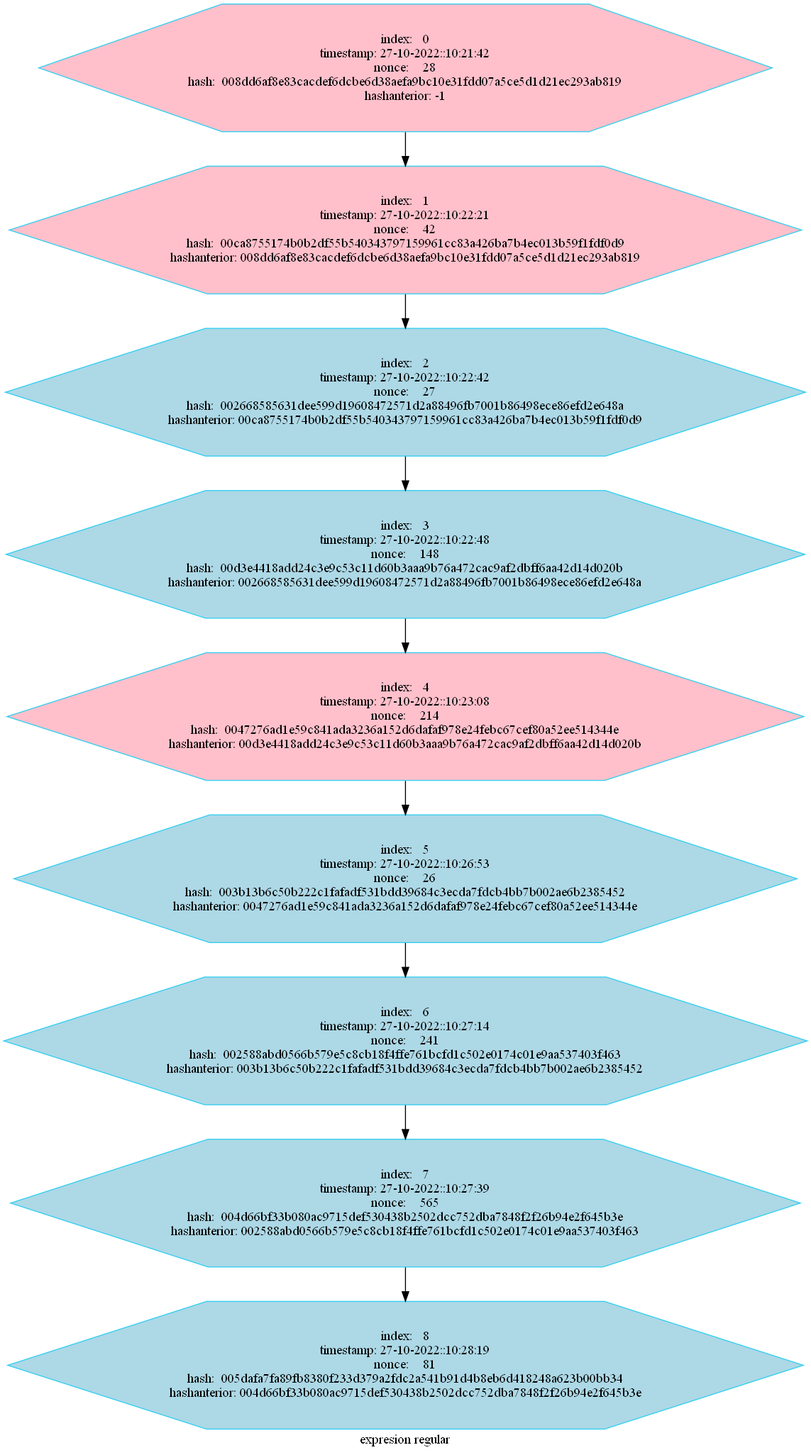
This is BLOCKCHAIN.png from betebetoven/EDDS2F2, a Graphviz export, as it was before one commit. Its source is kept beside it as BLOCKCHAIN.dot.
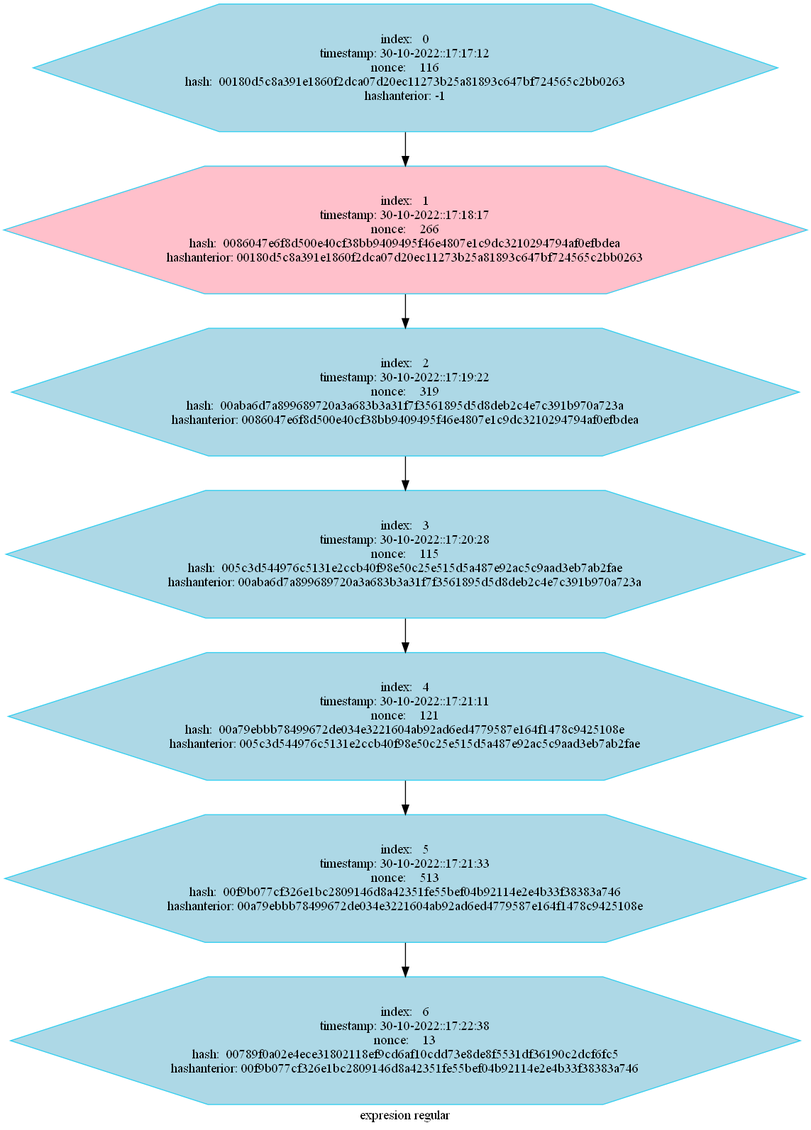
Later version of the same file.

Diff of the diagram source:
```diff
@@ -7,120 +7,92 @@
         node[color = "#31CEF0"]
 
 "index:   0
-timestamp: 27-10-2022::10:21:42
-nonce:    28
-hash:  008dd6af8e83cacdef6dcbe6d38aefa9bc10e31fdd07a5ce5d1d21ec293ab819
+timestamp: 30-10-2022::17:17:12
+nonce:    116
+hash:  00180d5c8a391e1860f2dca07d20ec11273b25a81893c647bf724565c2bb0263
 hashanterior: -1"->"index:   1
-timestamp: 27-10-2022::10:22:21
-nonce:    42
-hash:  00ca8755174b0b2df55b540343797159961cc83a426ba7b4ec013b59f1fdf0d9
-hashanterior: 008dd6af8e83cacdef6dcbe6d38aefa9bc10e31fdd07a5ce5d1d21ec293ab819"
+timestamp: 30-10-2022::17:18:17
+nonce:    266
+hash:  0086047e6f8d500e40cf38bb9409495f46e4807e1c9dc3210294794af0efbdea
+hashanterior: 00180d5c8a391e1860f2dca07d20ec11273b25a81893c647bf724565c2bb0263"
 "index:   1
-timestamp: 27-10-2022::10:22:21
-nonce:    42
-hash:  00ca8755174b0b2df55b540343797159961cc83a426ba7b4ec013b59f1fdf0d9
-hashanterior: 008dd6af8e83cacdef6dcbe6d38aefa9bc10e31fdd07a5ce5d1d21ec293ab819"->"index:   2
-timestamp: 27-10-2022::10:22:42
-nonce:    27
-hash:  002668585631dee599d19608472571d2a88496fb7001b86498ece86efd2e648a
-hashanterior: 00ca8755174b0b2df55b540343797159961cc83a426ba7b4ec013b59f1fdf0d9"
+timestamp: 30-10-2022::17:18:17
+nonce:    266
+hash:  0086047e6f8d500e40cf38bb9409495f46e4807e1c9dc3210294794af0efbdea
+hashanterior: 00180d5c8a391e1860f2dca07d20ec11273b25a81893c647bf724565c2bb0263"->"index:   2
+timestamp: 30-10-2022::17:19:22
+nonce:    319
+hash:  00aba6d7a899689720a3a683b3a31f7f3561895d5d8deb2c4e7c391b970a723a
+hashanterior: 0086047e6f8d500e40cf38bb9409495f46e4807e1c9dc3210294794af0efbdea"
 "index:   2
-timestamp: 27-10-2022::10:22:42
-nonce:    27
-hash:  002668585631dee599d19608472571d2a88496fb7001b86498ece86efd2e648a
-hashanterior: 00ca8755174b0b2df55b540343797159961cc83a426ba7b4ec013b59f1fdf0d9"->"index:   3
-timestamp: 27-10-2022::10:22:48
-nonce:    148
-hash:  00d3e4418add24c3e9c53c11d60b3aaa9b76a472cac9af2dbff6aa42d14d020b
-hashanterior: 002668585631dee599d19608472571d2a88496fb7001b86498ece86efd2e648a"
+timestamp: 30-10-2022::17:19:22
+nonce:    319
+hash:  00aba6d7a899689720a3a683b3a31f7f3561895d5d8deb2c4e7c391b970a723a
+hashanterior: 0086047e6f8d500e40cf38bb9409495f46e4807e1c9dc3210294794af0efbdea"->"index:   3
+timestamp: 30-10-2022::17:20:28
+nonce:    115
+hash:  005c3d544976c5131e2ccb40f98e50c25e515d5a487e92ac5c9aad3eb7ab2fae
+hashanterior: 00aba6d7a899689720a3a683b3a31f7f3561895d5d8deb2c4e7c391b970a723a"
 "index:   3
-timestamp: 27-10-2022::10:22:48
-nonce:    148
-hash:  00d3e4418add24c3e9c53c11d60b3aaa9b76a472cac9af2dbff6aa42d14d020b
-hashanterior: 002668585631dee599d19608472571d2a88496fb7001b86498ece86efd2e648a"->"index:   4
-timestamp: 27-10-2022::10:23:08
-nonce:    214
-hash:  0047276ad1e59c841ada3236a152d6dafaf978e24febc67cef80a52ee514344e
-hashanterior: 00d3e4418add24c3e9c53c11d60b3aaa9b76a472cac9af2dbff6aa42d14d020b"
+timestamp: 30-10-2022::17:20:28
+nonce:    115
+hash:  005c3d544976c5131e2ccb40f98e50c25e515d5a487e92ac5c9aad3eb7ab2fae
+hashanterior: 00aba6d7a899689720a3a683b3a31f7f3561895d5d8deb2c4e7c391b970a723a"->"index:   4
+timestamp: 30-10-2022::17:21:11
+nonce:    121
+hash:  00a79ebbb78499672de034e3221604ab92ad6ed4779587e164f1478c9425108e
+hashanterior: 005c3d544976c5131e2ccb40f98e50c25e515d5a487e92ac5c9aad3eb7ab2fae"
 "index:   4
-timestamp: 27-10-2022::10:23:08
-nonce:    214
-hash:  0047276ad1e59c841ada3236a152d6dafaf978e24febc67cef80a52ee514344e
-hashanterior: 00d3e4418add24c3e9c53c11d60b3aaa9b76a472cac9af2dbff6aa42d14d020b"->"index:   5
-timestamp: 27-10-2022::10:26:53
-nonce:    26
-hash:  003b13b6c50b222c1fafadf531bdd39684c3ecda7fdcb4bb7b002ae6b2385452
-hashanterior: 0047276ad1e59c841ada3236a152d6dafaf978e24febc67cef80a52ee514344e"
+timestamp: 30-10-2022::17:21:11
+nonce:    121
+hash:  00a79ebbb78499672de034e3221604ab92ad6ed4779587e164f1478c9425108e
+hashanterior: 005c3d544976c5131e2ccb40f98e50c25e515d5a487e92ac5c9aad3eb7ab2fae"->"index:   5
+timestamp: 30-10-2022::17:21:33
+nonce:    513
+hash:  00f9b077cf326e1bc2809146d8a42351fe55bef04b92114e2e4b33f38383a746
+hashanterior: 00a79ebbb78499672de034e3221604ab92ad6ed4779587e164f1478c9425108e"
 "index:   5
-timestamp: 27-10-2022::10:26:53
-nonce:    26
-hash:  003b13b6c50b222c1fafadf531bdd39684c3ecda7fdcb4bb7b002ae6b2385452
-hashanterior: 0047276ad1e59c841ada3236a152d6dafaf978e24febc67cef80a52ee514344e"->"index:   6
-timestamp: 27-10-2022::10:27:14
-nonce:    241
-hash:  002588abd0566b579e5c8cb18f4ffe761bcfd1c502e0174c01e9aa537403f463
-hashanterior: 003b13b6c50b222c1fafadf531bdd39684c3ecda7fdcb4bb7b002ae6b2385452"
+timestamp: 30-10-2022::17:21:33
+nonce:    513
+hash:  00f9b077cf326e1bc2809146d8a42351fe55bef04b92114e2e4b33f38383a746
+hashanterior: 00a79ebbb78499672de034e3221604ab92ad6ed4779587e164f1478c9425108e"->"index:   6
+timestamp: 30-10-2022::17:22:38
+nonce:    13
+hash:  00789f0a02e4ece31802118ef9cd6af10cdd73e8de8f5531df36190c2dcf6fc5
+hashanterior: 00f9b077cf326e1bc2809146d8a42351fe55bef04b92114e2e4b33f38383a746"
+"index:   0
+timestamp: 30-10-2022::17:17:12
+nonce:    116
+hash:  00180d5c8a391e1860f2dca07d20ec11273b25a81893c647bf724565c2bb0263
+hashanterior: -1"[fillcolor="lightblue"]
+"index:   1
+timestamp: 30-10-2022::17:18:17
+nonce:    266
+hash:  0086047e6f8d500e40cf38bb9409495f46e4807e1c9dc3210294794af0efbdea
+hashanterior: 00180d5c8a391e1860f2dca07d20ec11273b25a81893c647bf724565c2bb0263"[fillcolor="pink"]
+"index:   2
+timestamp: 30-10-2022::17:19:22
+nonce:    319
+hash:  00aba6d7a899689720a3a683b3a31f7f3561895d5d8deb2c4e7c391b970a723a
+hashanterior: 0086047e6f8d500e40cf38bb9409495f46e4807e1c9dc3210294794af0efbdea"[fillcolor="lightblue"]
+"index:   3
+timestamp: 30-10-2022::17:20:28
+nonce:    115
+hash:  005c3d544976c5131e2ccb40f98e50c25e515d5a487e92ac5c9aad3eb7ab2fae
+hashanterior: 00aba6d7a899689720a3a683b3a31f7f3561895d5d8deb2c4e7c391b970a723a"[fillcolor="lightblue"]
+"index:   4
+timestamp: 30-10-2022::17:21:11
+nonce:    121
+hash:  00a79ebbb78499672de034e3221604ab92ad6ed4779587e164f1478c9425108e
+hashanterior: 005c3d544976c5131e2ccb40f98e50c25e515d5a487e92ac5c9aad3eb7ab2fae"[fillcolor="lightblue"]
+"index:   5
+timestamp: 30-10-2022::17:21:33
+nonce:    513
+hash:  00f9b077cf326e1bc2809146d8a42351fe55bef04b92114e2e4b33f38383a746
+hashanterior: 00a79ebbb78499672de034e3221604ab92ad6ed4779587e164f1478c9425108e"[fillcolor="lightblue"]
 "index:   6
-timestamp: 27-10-2022::10:27:14
-nonce:    241
-hash:  002588abd0566b579e5c8cb18f4ffe761bcfd1c502e0174c01e9aa537403f463
-hashanterior: 003b13b6c50b222c1fafadf531bdd39684c3ecda7fdcb4bb7b002ae6b2385452"->"index:   7
-timestamp: 27-10-2022::10:27:39
-nonce:    565
-hash:  004d66bf33b080ac9715def530438b2502dcc752dba7848f2f26b94e2f645b3e
-hashanterior: 002588abd0566b579e5c8cb18f4ffe761bcfd1c502e0174c01e9aa537403f463"
-"index:   7
-timestamp: 27-10-2022::10:27:39
-nonce:    565
-hash:  004d66bf33b080ac9715def530438b2502dcc752dba7848f2f26b94e2f645b3e
-hashanterior: 002588abd0566b579e5c8cb18f4ffe761bcfd1c502e0174c01e9aa537403f463"->"index:   8
-timestamp: 27-10-2022::10:28:19
-nonce:    81
-hash:  005dafa7fa89fb8380f233d379a2fdc2a541b91d4b8eb6d418248a623b00bb34
-hashanterior: 004d66bf33b080ac9715def530438b2502dcc752dba7848f2f26b94e2f645b3e"
-"index:   0
-timestamp: 27-10-2022::10:21:42
-nonce:    28
-hash:  008dd6af8e83cacdef6dcbe6d38aefa9bc10e31fdd07a5ce5d1d21ec293ab819
-hashanterior: -1"[fillcolor="pink"]
-"index:   1
-timestamp: 27-10-2022::10:22:21
-nonce:    42
-hash:  00ca8755174b0b2df55b540343797159961cc83a426ba7b4ec013b59f1fdf0d9
-hashanterior: 008dd6af8e83cacdef6dcbe6d38aefa9bc10e31fdd07a5ce5d1d21ec293ab819"[fillcolor="pink"]
-"index:   2
-timestamp: 27-10-2022::10:22:42
-nonce:    27
-hash:  002668585631dee599d19608472571d2a88496fb7001b86498ece86efd2e648a
-hashanterior: 00ca8755174b0b2df55b540343797159961cc83a426ba7b4ec013b59f1fdf0d9"[fillcolor="lightblue"]
-"index:   3
-timestamp: 27-10-2022::10:22:48
-nonce:    148
-hash:  00d3e4418add24c3e9c53c11d60b3aaa9b76a472cac9af2dbff6aa42d14d020b
-hashanterior: 002668585631dee599d19608472571d2a88496fb7001b86498ece86efd2e648a"[fillcolor="lightblue"]
-"index:   4
-timestamp: 27-10-2022::10:23:08
-nonce:    214
-hash:  0047276ad1e59c841ada3236a152d6dafaf978e24febc67cef80a52ee514344e
-hashanterior: 00d3e4418add24c3e9c53c11d60b3aaa9b76a472cac9af2dbff6aa42d14d020b"[fillcolor="pink"]
-"index:   5
-timestamp: 27-10-2022::10:26:53
-nonce:    26
-hash:  003b13b6c50b222c1fafadf531bdd39684c3ecda7fdcb4bb7b002ae6b2385452
-hashanterior: 0047276ad1e59c841ada3236a152d6dafaf978e24febc67cef80a52ee514344e"[fillcolor="lightblue"]
-"index:   6
-timestamp: 27-10-2022::10:27:14
-nonce:    241
-hash:  002588abd0566b579e5c8cb18f4ffe761bcfd1c502e0174c01e9aa537403f463
-hashanterior: 003b13b6c50b222c1fafadf531bdd39684c3ecda7fdcb4bb7b002ae6b2385452"[fillcolor="lightblue"]
-"index:   7
-timestamp: 27-10-2022::10:27:39
-nonce:    565
-hash:  004d66bf33b080ac9715def530438b2502dcc752dba7848f2f26b94e2f645b3e
-hashanterior: 002588abd0566b579e5c8cb18f4ffe761bcfd1c502e0174c01e9aa537403f463"[fillcolor="lightblue"]
-"index:   8
-timestamp: 27-10-2022::10:28:19
-nonce:    81
-hash:  005dafa7fa89fb8380f233d379a2fdc2a541b91d4b8eb6d418248a623b00bb34
-hashanterior: 004d66bf33b080ac9715def530438b2502dcc752dba7848f2f26b94e2f645b3e"[fillcolor="lightblue"]
+timestamp: 30-10-2022::17:22:38
+nonce:    13
+hash:  00789f0a02e4ece31802118ef9cd6af10cdd73e8de8f5531df36190c2dcf6fc5
+hashanterior: 00f9b077cf326e1bc2809146d8a42351fe55bef04b92114e2e4b33f38383a746"[fillcolor="lightblue"]
 }
```
